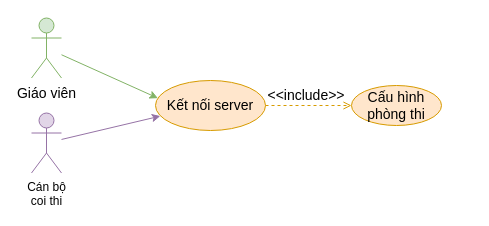
This is document/temp/draw/usecase_phanra/usecase_ketnoiserver.drawio from copecute/Edudex-Quiz, a draw.io file, before an edit. Source tidied: cells renumbered, new cells numbered last; positions are measured from the earlier drawing's top-left corner, leaving out a move shared by most shapes. Both pictures are drawn from the tidied source at 100%, with x=0, y=0 at pixel (31, 18).
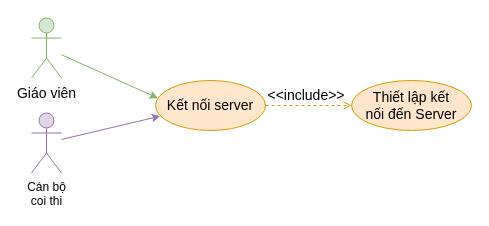
After the change.

Change to the diagram source:
```diff
@@
 <mxGraphModel>
   <root>
     <mxCell id="0" />
     <mxCell id="1" parent="0" />
     <mxCell id="2" value="Kết nối server" style="ellipse;whiteSpace=wrap;html=1;fillColor=#ffe6cc;strokeColor=#d79b00;fontSize=14;" parent="1" vertex="1">
       <mxGeometry x="124" y="62" width="110" height="50" as="geometry" />
     </mxCell>
     <mxCell id="3" style="rounded=0;jettySize=auto;html=1;exitX=1;exitY=0.5;exitDx=0;exitDy=0;entryX=0;entryY=0.5;entryDx=0;entryDy=0;fillColor=#ffe6cc;strokeColor=#d79b00;dashed=1;fontSize=14;endArrow=open;endFill=0;" parent="1" edge="1" source="2" target="4">
       <mxGeometry relative="1" as="geometry" />
     </mxCell>
-    <mxCell id="4" value="Cấu hình phòng thi" style="ellipse;whiteSpace=wrap;html=1;fillColor=#ffe6cc;strokeColor=#d79b00;fontSize=14;" parent="1" vertex="1">
-      <mxGeometry x="320" y="67" width="90" height="40" as="geometry" />
+    <mxCell id="4" value="Thiết lập kết&lt;br&gt;nối đến Server" style="ellipse;whiteSpace=wrap;html=1;fillColor=#ffe6cc;strokeColor=#d79b00;fontSize=14;" parent="1" vertex="1">
+      <mxGeometry x="320" y="62" width="120" height="50" as="geometry" />
     </mxCell>
     <mxCell id="5" style="rounded=0;jettySize=auto;html=1;entryX=0.022;entryY=0.353;entryDx=0;entryDy=0;fillColor=#d5e8d4;strokeColor=#82b366;fontSize=14;entryPerimeter=0;" parent="1" edge="1" source="6" target="2">
       <mxGeometry relative="1" as="geometry" />
     </mxCell>
     <mxCell id="6" value="Giáo viên" style="shape=umlActor;verticalLabelPosition=bottom;verticalAlign=top;html=1;outlineConnect=0;fillColor=#d5e8d4;strokeColor=#82b366;fontSize=14;" parent="1" vertex="1">
       <mxGeometry y="-0.5" width="30" height="60" as="geometry" />
     </mxCell>
     <mxCell id="7" value="&amp;lt;&amp;lt;include&amp;gt;&amp;gt;" style="text;html=1;strokeColor=none;fillColor=none;align=center;verticalAlign=middle;whiteSpace=wrap;rounded=0;fontSize=14;" parent="1" vertex="1">
       <mxGeometry x="245" y="62" width="60" height="30" as="geometry" />
     </mxCell>
     <mxCell id="8" value="Cán bộ&lt;br&gt;coi thi" style="shape=umlActor;verticalLabelPosition=bottom;verticalAlign=top;html=1;outlineConnect=0;fillColor=#e1d5e7;strokeColor=#9673a6;" parent="1" vertex="1">
       <mxGeometry y="94.5" width="30" height="60" as="geometry" />
     </mxCell>
     <mxCell id="9" style="rounded=0;jettySize=auto;html=1;entryX=0.044;entryY=0.712;entryDx=0;entryDy=0;entryPerimeter=0;fillColor=#e1d5e7;strokeColor=#9673a6;" parent="1" edge="1" source="8" target="2">
       <mxGeometry relative="1" as="geometry" />
     </mxCell>
   </root>
 </mxGraphModel>
```
